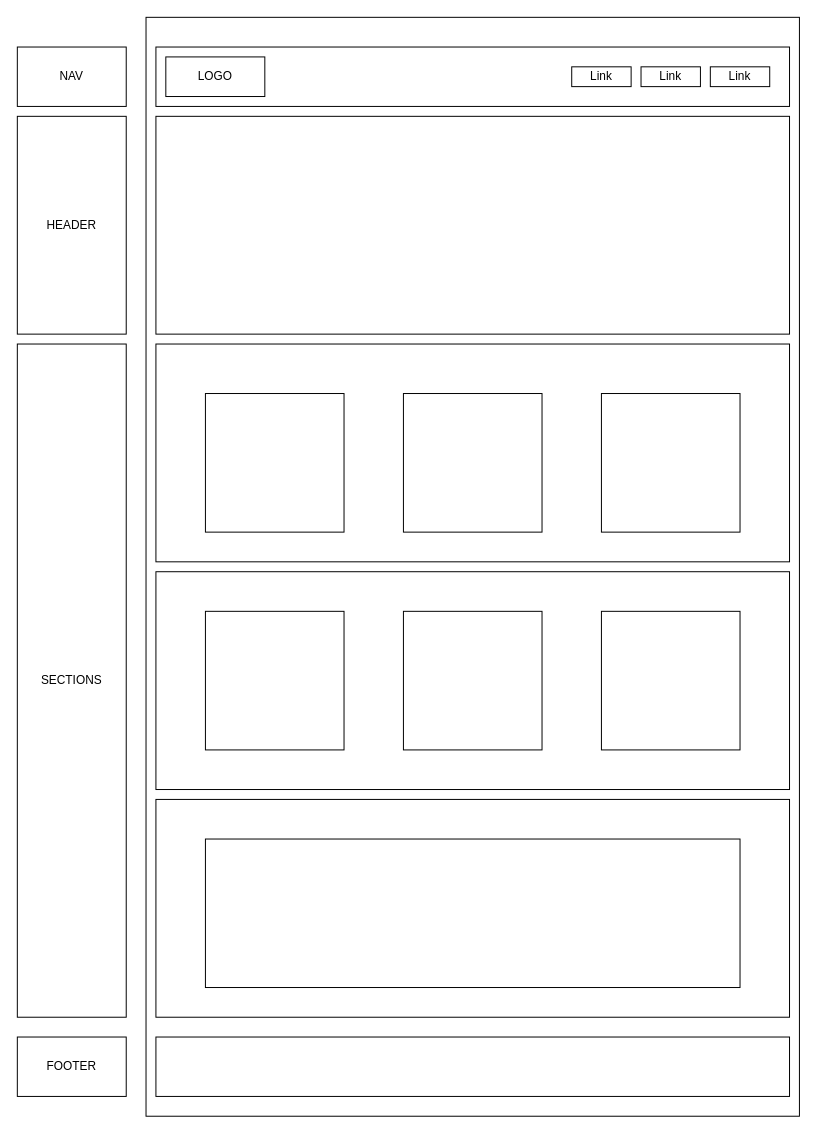
The draw.io diagram Diagrama sin título.drawio in fcanalescortes/Practica, before the edit. Source tidied: cells renumbered, new cells numbered last; positions are measured from the earlier drawing's top-left corner, leaving out a move shared by most shapes. Both pictures are drawn from the tidied source at 99%, with x=0, y=0 at pixel (17, 17).
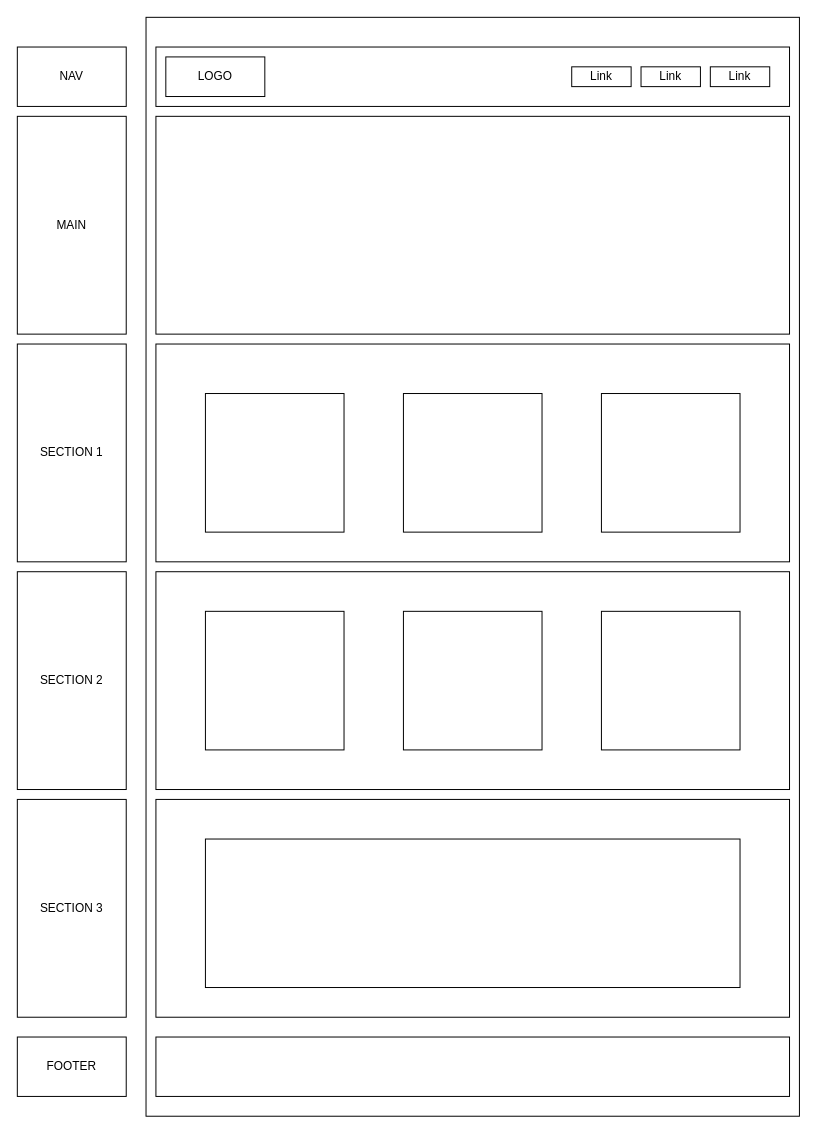
The same diagram, later.

Change to the diagram source:
```diff
@@
-    <mxCell id="7" value="HEADER" style="rounded=0;whiteSpace=wrap;html=1;" parent="1" vertex="1">
+    <mxCell id="7" value="MAIN" style="rounded=0;whiteSpace=wrap;html=1;" parent="1" vertex="1">
       <mxGeometry y="100" width="110" height="220" as="geometry" />
     </mxCell>
-    <mxCell id="8" value="SECTIONS" style="rounded=0;whiteSpace=wrap;html=1;" parent="1" vertex="1">
-      <mxGeometry y="330" width="110" height="680" as="geometry" />
+    <mxCell id="8" value="SECTION 1" style="rounded=0;whiteSpace=wrap;html=1;" parent="1" vertex="1">
+      <mxGeometry y="330" width="110" height="220" as="geometry" />
     </mxCell>
@@
+    <mxCell id="24" value="SECTION 2" style="rounded=0;whiteSpace=wrap;html=1;" parent="1" vertex="1">
+      <mxGeometry y="560" width="110" height="220" as="geometry" />
+    </mxCell>
+    <mxCell id="25" value="SECTION 3" style="rounded=0;whiteSpace=wrap;html=1;" parent="1" vertex="1">
+      <mxGeometry y="790" width="110" height="220" as="geometry" />
+    </mxCell>
```
